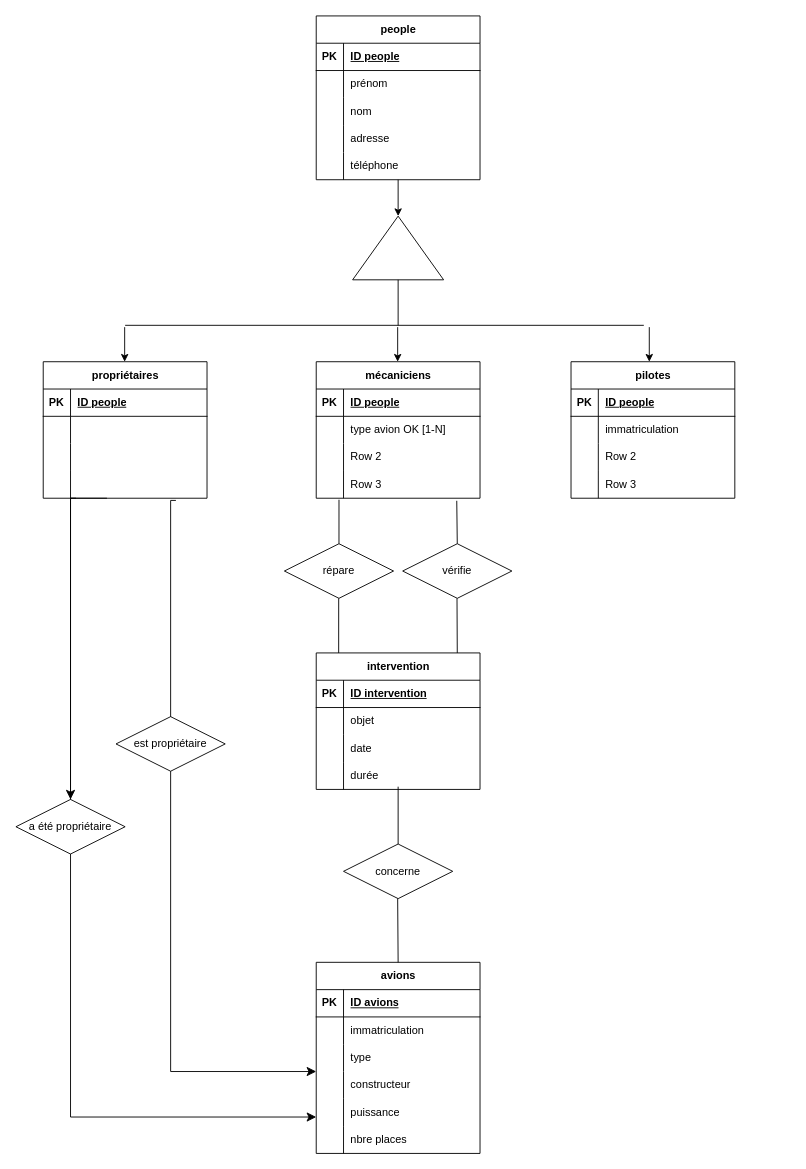
Above: Diagramme EA - aéroport.drawio in xxcb4000/diagrammesEA (draw.io), before the change. Source tidied: cells renumbered, new cells numbered last; positions are measured from the earlier drawing's top-left corner, leaving out a move shared by most shapes. Both pictures are drawn from the tidied source at 91%, with x=0, y=0 at pixel (15, 15).
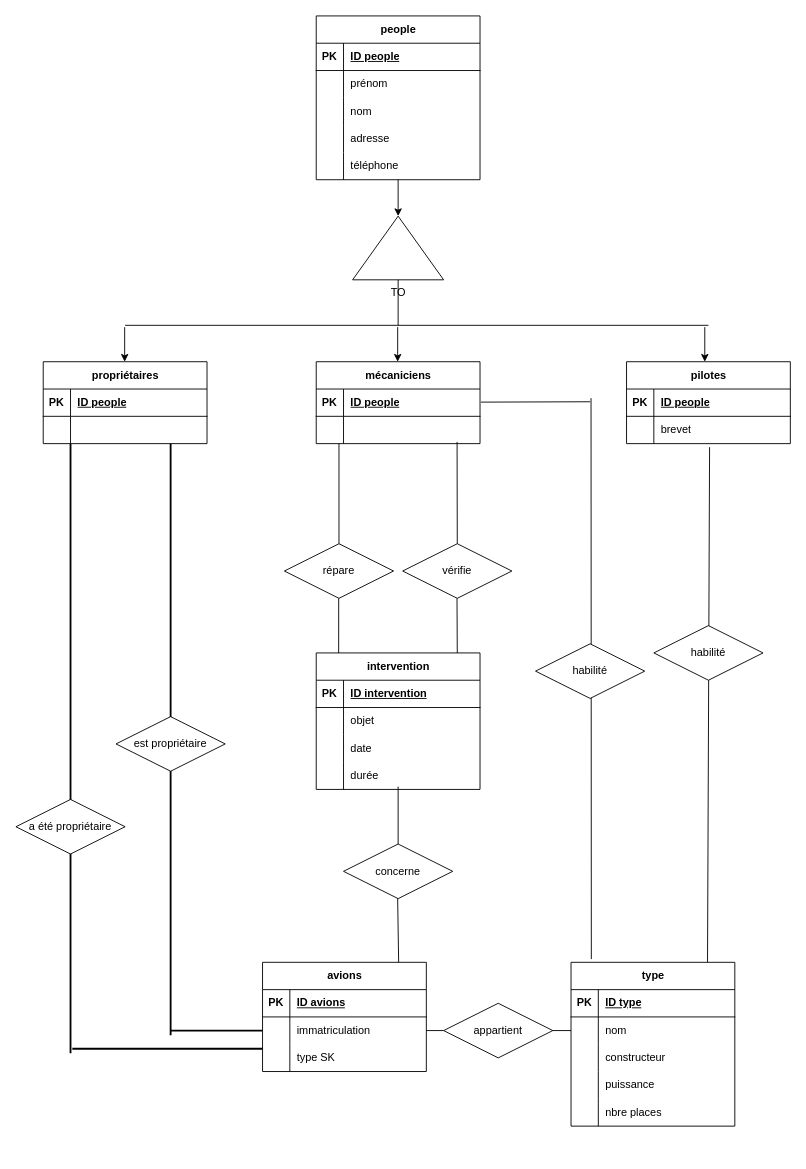
The same page after the edit.

Commit message:
Mettre à jour Diagramme EA - aéroport.drawio

The change refers to these unchanged cells:
```xml
<mxCell id="19" style="shape=tableRow;horizontal=0;startSize=0;swimlaneHead=0;swimlaneBody=0;fillColor=none;points=[[0,0.5],[1,0.5]];portConstraint=eastwest;top=0;left=0;right=0;bottom=0;" parent="15" vertex="1">
  <mxGeometry y="60" width="180" height="30" as="geometry" />
</mxCell>
<mxCell id="22" style="shape=tableRow;horizontal=0;startSize=0;swimlaneHead=0;swimlaneBody=0;fillColor=none;top=0;left=0;right=0;bottom=0;" parent="15" vertex="1">
  <mxGeometry y="90" width="180" height="30" as="geometry" />
</mxCell>
<mxCell id="51" style="shape=tableRow;horizontal=0;startSize=0;swimlaneHead=0;swimlaneBody=0;fillColor=none;points=[[0,0.5],[1,0.5]];portConstraint=eastwest;top=0;left=0;right=0;bottom=0;" parent="47" vertex="1">
  <mxGeometry y="60" width="180" height="30" as="geometry" />
</mxCell>
<mxCell id="64" style="shape=tableRow;horizontal=0;startSize=0;swimlaneHead=0;swimlaneBody=0;fillColor=none;points=[[0,0.5],[1,0.5]];portConstraint=eastwest;top=0;left=0;right=0;bottom=0;" parent="60" vertex="1">
  <mxGeometry y="60" width="180" height="30" as="geometry" />
</mxCell>
<mxCell id="98" value="répare" style="shape=rhombus;perimeter=rhombusPerimeter;whiteSpace=wrap;html=1;align=center;" parent="1" vertex="1">
  <mxGeometry x="295" y="580" width="120" height="60" as="geometry" />
</mxCell>
<mxCell id="99" value="vérifie" style="shape=rhombus;perimeter=rhombusPerimeter;whiteSpace=wrap;html=1;align=center;" parent="1" vertex="1">
  <mxGeometry x="425" y="580" width="120" height="60" as="geometry" />
</mxCell>
```

The edit, as a diff of the source:
```diff
@@
     <mxCell id="15" value="avions" style="shape=table;startSize=30;childLayout=tableLayout;rowLines=0;fontStyle=1;align=center;html=1;" parent="1" vertex="1">
-      <mxGeometry x="330" y="1040" width="180" height="210" as="geometry" />
+      <mxGeometry x="271" y="1040" width="180" height="120" as="geometry" />
     </mxCell>
@@
-    <mxCell id="24" value="type" style="shape=partialRectangle;fillColor=none;top=0;left=0;bottom=0;right=0;align=left;spacingLeft=6;overflow=hidden;whiteSpace=wrap;html=1;" parent="22" vertex="1">
+    <mxCell id="24" value="type SK" style="shape=partialRectangle;fillColor=none;top=0;left=0;bottom=0;right=0;align=left;spacingLeft=6;overflow=hidden;whiteSpace=wrap;html=1;" parent="22" vertex="1">
       <mxGeometry x="30" width="150" height="30" as="geometry" />
     </mxCell>
-    <mxCell id="25" style="shape=tableRow;horizontal=0;startSize=0;swimlaneHead=0;swimlaneBody=0;fillColor=none;top=0;left=0;right=0;bottom=0;" parent="15" vertex="1">
-      <mxGeometry y="120" width="180" height="30" as="geometry" />
-    </mxCell>
-    <mxCell id="26" style="shape=partialRectangle;fillColor=none;top=0;left=0;bottom=0;right=0;overflow=hidden;whiteSpace=wrap;html=1;" parent="25" vertex="1">
-      <mxGeometry width="30" height="30" as="geometry" />
-    </mxCell>
-    <mxCell id="27" value="constructeur" style="shape=partialRectangle;fillColor=none;top=0;left=0;bottom=0;right=0;align=left;spacingLeft=6;overflow=hidden;whiteSpace=wrap;html=1;" parent="25" vertex="1">
-      <mxGeometry x="30" width="150" height="30" as="geometry" />
-    </mxCell>
-    <mxCell id="28" style="shape=tableRow;horizontal=0;startSize=0;swimlaneHead=0;swimlaneBody=0;fillColor=none;points=[[0,0.5],[1,0.5]];portConstraint=eastwest;top=0;left=0;right=0;bottom=0;" parent="15" vertex="1">
-      <mxGeometry y="150" width="180" height="30" as="geometry" />
-    </mxCell>
-    <mxCell id="29" style="shape=partialRectangle;fillColor=none;top=0;left=0;bottom=0;right=0;overflow=hidden;whiteSpace=wrap;html=1;" parent="28" vertex="1">
-      <mxGeometry width="30" height="30" as="geometry" />
-    </mxCell>
-    <mxCell id="30" value="puissance" style="shape=partialRectangle;fillColor=none;top=0;left=0;bottom=0;right=0;align=left;spacingLeft=6;overflow=hidden;whiteSpace=wrap;html=1;" parent="28" vertex="1">
-      <mxGeometry x="30" width="150" height="30" as="geometry" />
-    </mxCell>
-    <mxCell id="31" style="shape=tableRow;horizontal=0;startSize=0;swimlaneHead=0;swimlaneBody=0;fillColor=none;top=0;left=0;right=0;bottom=0;" parent="15" vertex="1">
-      <mxGeometry y="180" width="180" height="30" as="geometry" />
-    </mxCell>
-    <mxCell id="32" style="shape=partialRectangle;fillColor=none;top=0;left=0;bottom=0;right=0;overflow=hidden;whiteSpace=wrap;html=1;" parent="31" vertex="1">
-      <mxGeometry width="30" height="30" as="geometry" />
-    </mxCell>
-    <mxCell id="33" value="nbre places" style="shape=partialRectangle;fillColor=none;top=0;left=0;bottom=0;right=0;align=left;spacingLeft=6;overflow=hidden;whiteSpace=wrap;html=1;" parent="31" vertex="1">
-      <mxGeometry x="30" width="150" height="30" as="geometry" />
-    </mxCell>
     <mxCell id="34" value="propriétaires" style="shape=table;startSize=30;childLayout=tableLayout;rowLines=0;fontStyle=1;align=center;html=1;" parent="1" vertex="1">
-      <mxGeometry x="30" y="380" width="180" height="150" as="geometry" />
+      <mxGeometry x="30" y="380" width="180" height="90" as="geometry" />
     </mxCell>
@@
-    <mxCell id="41" style="shape=tableRow;horizontal=0;startSize=0;swimlaneHead=0;swimlaneBody=0;fillColor=none;top=0;left=0;right=0;bottom=0;" parent="34" vertex="1">
-      <mxGeometry y="90" width="180" height="30" as="geometry" />
-    </mxCell>
-    <mxCell id="42" style="shape=partialRectangle;fillColor=none;top=0;left=0;bottom=0;right=0;overflow=hidden;whiteSpace=wrap;html=1;" parent="41" vertex="1">
-      <mxGeometry width="30" height="30" as="geometry" />
-    </mxCell>
-    <mxCell id="43" style="shape=partialRectangle;fillColor=none;top=0;left=0;bottom=0;right=0;align=left;spacingLeft=6;overflow=hidden;whiteSpace=wrap;html=1;" parent="41" vertex="1">
-      <mxGeometry x="30" width="150" height="30" as="geometry" />
-    </mxCell>
-    <mxCell id="44" style="shape=tableRow;horizontal=0;startSize=0;swimlaneHead=0;swimlaneBody=0;fillColor=none;points=[[0,0.5],[1,0.5]];portConstraint=eastwest;top=0;left=0;right=0;bottom=0;" parent="34" vertex="1">
-      <mxGeometry y="120" width="180" height="30" as="geometry" />
-    </mxCell>
-    <mxCell id="45" style="shape=partialRectangle;fillColor=none;top=0;left=0;bottom=0;right=0;overflow=hidden;whiteSpace=wrap;html=1;" parent="44" vertex="1">
-      <mxGeometry width="30" height="30" as="geometry" />
-    </mxCell>
-    <mxCell id="46" style="shape=partialRectangle;fillColor=none;top=0;left=0;bottom=0;right=0;align=left;spacingLeft=6;overflow=hidden;whiteSpace=wrap;html=1;" parent="44" vertex="1">
-      <mxGeometry x="30" width="150" height="30" as="geometry" />
-    </mxCell>
     <mxCell id="47" value="mécaniciens" style="shape=table;startSize=30;childLayout=tableLayout;rowLines=0;fontStyle=1;align=center;html=1;" parent="1" vertex="1">
-      <mxGeometry x="330" y="380" width="180" height="150" as="geometry" />
+      <mxGeometry x="330" y="380" width="180" height="90" as="geometry" />
     </mxCell>
@@
-    <mxCell id="53" value="type avion OK [1-N]" style="shape=partialRectangle;fillColor=none;top=0;left=0;bottom=0;right=0;align=left;spacingLeft=6;overflow=hidden;whiteSpace=wrap;html=1;" parent="51" vertex="1">
+    <mxCell id="53" style="shape=partialRectangle;fillColor=none;top=0;left=0;bottom=0;right=0;align=left;spacingLeft=6;overflow=hidden;whiteSpace=wrap;html=1;" parent="51" vertex="1">
       <mxGeometry x="30" width="150" height="30" as="geometry" />
     </mxCell>
-    <mxCell id="54" style="shape=tableRow;horizontal=0;startSize=0;swimlaneHead=0;swimlaneBody=0;fillColor=none;top=0;left=0;right=0;bottom=0;" parent="47" vertex="1">
-      <mxGeometry y="90" width="180" height="30" as="geometry" />
-    </mxCell>
-    <mxCell id="55" style="shape=partialRectangle;fillColor=none;top=0;left=0;bottom=0;right=0;overflow=hidden;whiteSpace=wrap;html=1;" parent="54" vertex="1">
-      <mxGeometry width="30" height="30" as="geometry" />
-    </mxCell>
-    <mxCell id="56" value="Row 2" style="shape=partialRectangle;fillColor=none;top=0;left=0;bottom=0;right=0;align=left;spacingLeft=6;overflow=hidden;whiteSpace=wrap;html=1;" parent="54" vertex="1">
-      <mxGeometry x="30" width="150" height="30" as="geometry" />
-    </mxCell>
-    <mxCell id="57" style="shape=tableRow;horizontal=0;startSize=0;swimlaneHead=0;swimlaneBody=0;fillColor=none;points=[[0,0.5],[1,0.5]];portConstraint=eastwest;top=0;left=0;right=0;bottom=0;" parent="47" vertex="1">
-      <mxGeometry y="120" width="180" height="30" as="geometry" />
-    </mxCell>
-    <mxCell id="58" style="shape=partialRectangle;fillColor=none;top=0;left=0;bottom=0;right=0;overflow=hidden;whiteSpace=wrap;html=1;" parent="57" vertex="1">
-      <mxGeometry width="30" height="30" as="geometry" />
-    </mxCell>
-    <mxCell id="59" value="Row 3" style="shape=partialRectangle;fillColor=none;top=0;left=0;bottom=0;right=0;align=left;spacingLeft=6;overflow=hidden;whiteSpace=wrap;html=1;" parent="57" vertex="1">
-      <mxGeometry x="30" width="150" height="30" as="geometry" />
-    </mxCell>
     <mxCell id="60" value="pilotes" style="shape=table;startSize=30;childLayout=tableLayout;rowLines=0;fontStyle=1;align=center;html=1;" parent="1" vertex="1">
-      <mxGeometry x="610" y="380" width="180" height="150" as="geometry" />
+      <mxGeometry x="671" y="380" width="180" height="90" as="geometry" />
     </mxCell>
@@
-    <mxCell id="66" value="immatriculation" style="shape=partialRectangle;fillColor=none;top=0;left=0;bottom=0;right=0;align=left;spacingLeft=6;overflow=hidden;whiteSpace=wrap;html=1;" parent="64" vertex="1">
+    <mxCell id="66" value="brevet" style="shape=partialRectangle;fillColor=none;top=0;left=0;bottom=0;right=0;align=left;spacingLeft=6;overflow=hidden;whiteSpace=wrap;html=1;" parent="64" vertex="1">
       <mxGeometry x="30" width="150" height="30" as="geometry" />
     </mxCell>
-    <mxCell id="67" style="shape=tableRow;horizontal=0;startSize=0;swimlaneHead=0;swimlaneBody=0;fillColor=none;top=0;left=0;right=0;bottom=0;" parent="60" vertex="1">
-      <mxGeometry y="90" width="180" height="30" as="geometry" />
-    </mxCell>
-    <mxCell id="68" style="shape=partialRectangle;fillColor=none;top=0;left=0;bottom=0;right=0;overflow=hidden;whiteSpace=wrap;html=1;" parent="67" vertex="1">
-      <mxGeometry width="30" height="30" as="geometry" />
-    </mxCell>
-    <mxCell id="69" value="Row 2" style="shape=partialRectangle;fillColor=none;top=0;left=0;bottom=0;right=0;align=left;spacingLeft=6;overflow=hidden;whiteSpace=wrap;html=1;" parent="67" vertex="1">
-      <mxGeometry x="30" width="150" height="30" as="geometry" />
-    </mxCell>
-    <mxCell id="70" style="shape=tableRow;horizontal=0;startSize=0;swimlaneHead=0;swimlaneBody=0;fillColor=none;top=0;left=0;right=0;bottom=0;" parent="60" vertex="1">
-      <mxGeometry y="120" width="180" height="30" as="geometry" />
-    </mxCell>
-    <mxCell id="71" style="shape=partialRectangle;fillColor=none;top=0;left=0;bottom=0;right=0;overflow=hidden;whiteSpace=wrap;html=1;" parent="70" vertex="1">
-      <mxGeometry width="30" height="30" as="geometry" />
-    </mxCell>
-    <mxCell id="72" value="Row 3" style="shape=partialRectangle;fillColor=none;top=0;left=0;bottom=0;right=0;align=left;spacingLeft=6;overflow=hidden;whiteSpace=wrap;html=1;" parent="70" vertex="1">
-      <mxGeometry x="30" width="150" height="30" as="geometry" />
-    </mxCell>
@@
-    <mxCell id="89" style="verticalLabelPosition=bottom;verticalAlign=top;html=1;shape=mxgraph.basic.acute_triangle;dx=0.5;" parent="1" vertex="1">
+    <mxCell id="89" value="TO" style="verticalLabelPosition=bottom;verticalAlign=top;html=1;shape=mxgraph.basic.acute_triangle;dx=0.5;" parent="1" vertex="1">
       <mxGeometry x="370" y="220" width="100" height="70" as="geometry" />
     </mxCell>
@@
     <mxCell id="93" style="endArrow=classic;html=1;rounded=0;entryX=0;entryY=0;entryDx=50;entryDy=0;entryPerimeter=0;exitX=0.5;exitY=1.067;exitDx=0;exitDy=0;exitPerimeter=0;" parent="1" edge="1">
       <mxGeometry relative="1" as="geometry">
-        <mxPoint x="696" y="342" as="sourcePoint" />
-        <mxPoint x="696" y="380" as="targetPoint" />
+        <mxPoint x="757" y="342" as="sourcePoint" />
+        <mxPoint x="757" y="380" as="targetPoint" />
       </mxGeometry>
     </mxCell>
     <mxCell id="94" style="endArrow=none;html=1;rounded=0;" parent="1" edge="1">
       <mxGeometry relative="1" as="geometry">
         <mxPoint x="120" y="340" as="sourcePoint" />
-        <mxPoint x="690" y="340" as="targetPoint" />
+        <mxPoint x="761" y="340" as="targetPoint" />
       </mxGeometry>
     </mxCell>
@@
-    <mxCell id="96" style="edgeStyle=segmentEdgeStyle;endArrow=classic;html=1;curved=0;rounded=0;endSize=8;startSize=8;exitX=0.81;exitY=1.081;exitDx=0;exitDy=0;exitPerimeter=0;" parent="1" edge="1" source="44">
-      <mxGeometry relative="1" as="geometry">
-        <mxPoint x="330" y="1160" as="targetPoint" />
-        <Array as="points">
-          <mxPoint x="170" y="532" />
-          <mxPoint x="170" y="1160" />
-        </Array>
-      </mxGeometry>
-    </mxCell>
-    <mxCell id="97" style="edgeStyle=segmentEdgeStyle;endArrow=classic;html=1;curved=0;rounded=0;endSize=8;startSize=8;" parent="1" edge="1" target="28">
-      <mxGeometry relative="1" as="geometry">
-        <mxPoint x="100" y="530" as="sourcePoint" />
-        <Array as="points">
-          <mxPoint x="60" y="530" />
-          <mxPoint x="60" y="1210" />
-        </Array>
-      </mxGeometry>
-    </mxCell>
@@
-    <mxCell id="100" style="endArrow=none;html=1;rounded=0;entryX=0.5;entryY=0;entryDx=0;entryDy=0;exitX=0.139;exitY=1.055;exitDx=0;exitDy=0;exitPerimeter=0;" parent="1" edge="1" source="57" target="98">
-      <mxGeometry relative="1" as="geometry" />
+    <mxCell id="100" style="endArrow=none;html=1;rounded=0;entryX=0.5;entryY=0;entryDx=0;entryDy=0;" parent="1" edge="1" target="98">
+      <mxGeometry relative="1" as="geometry">
+        <mxPoint x="355" y="470" as="sourcePoint" />
+      </mxGeometry>
     </mxCell>
-    <mxCell id="101" style="endArrow=none;html=1;rounded=0;entryX=0.5;entryY=0;entryDx=0;entryDy=0;exitX=0.858;exitY=1.094;exitDx=0;exitDy=0;exitPerimeter=0;" parent="1" edge="1" source="57" target="99">
+    <mxCell id="101" style="endArrow=none;html=1;rounded=0;entryX=0.5;entryY=0;entryDx=0;entryDy=0;exitX=0.86;exitY=0.937;exitDx=0;exitDy=0;exitPerimeter=0;" parent="1" edge="1" source="51" target="99">
       <mxGeometry relative="1" as="geometry" />
     </mxCell>
@@
-    <mxCell id="106" style="endArrow=none;html=1;rounded=0;entryX=0.5;entryY=0;entryDx=0;entryDy=0;exitX=0.5;exitY=0.9;exitDx=0;exitDy=0;exitPerimeter=0;" parent="1" edge="1" target="15">
+    <mxCell id="106" style="endArrow=none;html=1;rounded=0;exitX=0.5;exitY=0.9;exitDx=0;exitDy=0;exitPerimeter=0;entryX=0.831;entryY=-0.001;entryDx=0;entryDy=0;entryPerimeter=0;" parent="1" edge="1" target="15">
       <mxGeometry relative="1" as="geometry">
         <mxPoint x="419.5" y="970" as="sourcePoint" />
       </mxGeometry>
     </mxCell>
+    <mxCell id="110" style="line;strokeWidth=2;direction=south;html=1;" parent="1" vertex="1">
+      <mxGeometry x="55" y="470" width="10" height="670" as="geometry" />
+    </mxCell>
+    <mxCell id="111" style="line;strokeWidth=2;direction=south;html=1;" parent="1" vertex="1">
+      <mxGeometry x="165" y="470" width="10" height="650" as="geometry" />
+    </mxCell>
+    <mxCell id="112" style="line;strokeWidth=2;html=1;" parent="1" vertex="1">
+      <mxGeometry x="62" y="1130" width="209" height="10" as="geometry" />
+    </mxCell>
+    <mxCell id="113" style="line;strokeWidth=2;html=1;" parent="1" vertex="1">
+      <mxGeometry x="170" y="1110" width="101" height="10" as="geometry" />
+    </mxCell>
+    <mxCell id="109" value="a été propriétaire" style="shape=rhombus;perimeter=rhombusPerimeter;whiteSpace=wrap;html=1;align=center;" parent="1" vertex="1">
+      <mxGeometry y="861" width="120" height="60" as="geometry" />
+    </mxCell>
@@
-    <mxCell id="108" style="edgeStyle=segmentEdgeStyle;endArrow=classic;html=1;curved=0;rounded=0;endSize=8;startSize=8;exitX=0.81;exitY=1.081;exitDx=0;exitDy=0;exitPerimeter=0;" parent="1" edge="1" target="109">
-      <mxGeometry relative="1" as="geometry">
-        <mxPoint x="66" y="530" as="sourcePoint" />
-      </mxGeometry>
-    </mxCell>
-    <mxCell id="109" value="a été propriétaire" style="shape=rhombus;perimeter=rhombusPerimeter;whiteSpace=wrap;html=1;align=center;" parent="1" vertex="1">
-      <mxGeometry y="861" width="120" height="60" as="geometry" />
-    </mxCell>
+    <mxCell id="114" style="endArrow=none;html=1;rounded=0;exitX=0.507;exitY=1.129;exitDx=0;exitDy=0;exitPerimeter=0;" parent="1" edge="1" source="64">
+      <mxGeometry relative="1" as="geometry">
+        <mxPoint x="760" y="1040" as="targetPoint" />
+      </mxGeometry>
+    </mxCell>
+    <mxCell id="115" value="habilité" style="shape=rhombus;perimeter=rhombusPerimeter;whiteSpace=wrap;html=1;align=center;" parent="1" vertex="1">
+      <mxGeometry x="701" y="670" width="120" height="60" as="geometry" />
+    </mxCell>
+    <mxCell id="116" value="type" style="shape=table;startSize=30;childLayout=tableLayout;rowLines=0;fontStyle=1;align=center;html=1;" parent="1" vertex="1">
+      <mxGeometry x="610" y="1040" width="180" height="180" as="geometry" />
+    </mxCell>
+    <mxCell id="117" style="shape=tableRow;horizontal=0;startSize=0;swimlaneHead=0;swimlaneBody=0;fillColor=none;top=0;left=0;right=0;bottom=1;" parent="116" vertex="1">
+      <mxGeometry y="30" width="180" height="30" as="geometry" />
+    </mxCell>
+    <mxCell id="118" value="PK" style="shape=partialRectangle;fillColor=none;top=0;left=0;bottom=0;right=0;fontStyle=1;overflow=hidden;whiteSpace=wrap;html=1;" parent="117" vertex="1">
+      <mxGeometry width="30" height="30" as="geometry" />
+    </mxCell>
+    <mxCell id="119" value="ID type" style="shape=partialRectangle;fillColor=none;top=0;left=0;bottom=0;right=0;align=left;spacingLeft=6;fontStyle=5;overflow=hidden;whiteSpace=wrap;html=1;" parent="117" vertex="1">
+      <mxGeometry x="30" width="150" height="30" as="geometry" />
+    </mxCell>
+    <mxCell id="120" style="shape=tableRow;horizontal=0;startSize=0;swimlaneHead=0;swimlaneBody=0;fillColor=none;points=[[0,0.5],[1,0.5]];portConstraint=eastwest;top=0;left=0;right=0;bottom=0;" parent="116" vertex="1">
+      <mxGeometry y="60" width="180" height="30" as="geometry" />
+    </mxCell>
+    <mxCell id="121" style="shape=partialRectangle;fillColor=none;top=0;left=0;bottom=0;right=0;overflow=hidden;whiteSpace=wrap;html=1;" parent="120" vertex="1">
+      <mxGeometry width="30" height="30" as="geometry" />
+    </mxCell>
+    <mxCell id="122" value="nom" style="shape=partialRectangle;fillColor=none;top=0;left=0;bottom=0;right=0;align=left;spacingLeft=6;overflow=hidden;whiteSpace=wrap;html=1;" parent="120" vertex="1">
+      <mxGeometry x="30" width="150" height="30" as="geometry" />
+    </mxCell>
+    <mxCell id="123" style="shape=tableRow;horizontal=0;startSize=0;swimlaneHead=0;swimlaneBody=0;fillColor=none;top=0;left=0;right=0;bottom=0;" parent="116" vertex="1">
+      <mxGeometry y="90" width="180" height="30" as="geometry" />
+    </mxCell>
+    <mxCell id="124" style="shape=partialRectangle;fillColor=none;top=0;left=0;bottom=0;right=0;overflow=hidden;whiteSpace=wrap;html=1;" parent="123" vertex="1">
+      <mxGeometry width="30" height="30" as="geometry" />
+    </mxCell>
+    <mxCell id="27" value="constructeur" style="shape=partialRectangle;fillColor=none;top=0;left=0;bottom=0;right=0;align=left;spacingLeft=6;overflow=hidden;whiteSpace=wrap;html=1;" parent="123" vertex="1">
+      <mxGeometry x="30" width="150" height="30" as="geometry" />
+    </mxCell>
+    <mxCell id="125" style="shape=tableRow;horizontal=0;startSize=0;swimlaneHead=0;swimlaneBody=0;fillColor=none;top=0;left=0;right=0;bottom=0;" parent="116" vertex="1">
+      <mxGeometry y="120" width="180" height="30" as="geometry" />
+    </mxCell>
+    <mxCell id="126" style="shape=partialRectangle;fillColor=none;top=0;left=0;bottom=0;right=0;overflow=hidden;whiteSpace=wrap;html=1;" parent="125" vertex="1">
+      <mxGeometry width="30" height="30" as="geometry" />
+    </mxCell>
+    <mxCell id="30" value="puissance" style="shape=partialRectangle;fillColor=none;top=0;left=0;bottom=0;right=0;align=left;spacingLeft=6;overflow=hidden;whiteSpace=wrap;html=1;" parent="125" vertex="1">
+      <mxGeometry x="30" width="150" height="30" as="geometry" />
+    </mxCell>
+    <mxCell id="28" style="shape=tableRow;horizontal=0;startSize=0;swimlaneHead=0;swimlaneBody=0;fillColor=none;points=[[0,0.5],[1,0.5]];portConstraint=eastwest;top=0;left=0;right=0;bottom=0;" parent="116" vertex="1">
+      <mxGeometry y="150" width="180" height="30" as="geometry" />
+    </mxCell>
+    <mxCell id="127" style="shape=partialRectangle;fillColor=none;top=0;left=0;bottom=0;right=0;overflow=hidden;whiteSpace=wrap;html=1;" parent="28" vertex="1">
+      <mxGeometry width="30" height="30" as="geometry" />
+    </mxCell>
+    <mxCell id="33" value="nbre places" style="shape=partialRectangle;fillColor=none;top=0;left=0;bottom=0;right=0;align=left;spacingLeft=6;overflow=hidden;whiteSpace=wrap;html=1;" parent="28" vertex="1">
+      <mxGeometry x="30" width="150" height="30" as="geometry" />
+    </mxCell>
+    <mxCell id="128" style="endArrow=none;html=1;rounded=0;exitX=1;exitY=0.5;exitDx=0;exitDy=0;entryX=0;entryY=0.5;entryDx=0;entryDy=0;" parent="1" edge="1" source="130" target="120">
+      <mxGeometry relative="1" as="geometry" />
+    </mxCell>
+    <mxCell id="129" style="endArrow=none;html=1;rounded=0;exitX=1;exitY=0.5;exitDx=0;exitDy=0;entryX=0;entryY=0.5;entryDx=0;entryDy=0;" parent="1" edge="1" source="19" target="130">
+      <mxGeometry relative="1" as="geometry" />
+    </mxCell>
+    <mxCell id="130" value="appartient" style="shape=rhombus;perimeter=rhombusPerimeter;whiteSpace=wrap;html=1;align=center;" parent="1" vertex="1">
+      <mxGeometry x="470" y="1085" width="120" height="60" as="geometry" />
+    </mxCell>
+    <mxCell id="131" style="endArrow=none;html=1;rounded=0;entryX=0.124;entryY=-0.02;entryDx=0;entryDy=0;entryPerimeter=0;" parent="1" edge="1" target="116">
+      <mxGeometry relative="1" as="geometry">
+        <mxPoint x="632" y="420" as="sourcePoint" />
+      </mxGeometry>
+    </mxCell>
+    <mxCell id="132" style="endArrow=none;html=1;rounded=0;" parent="1" edge="1">
+      <mxGeometry relative="1" as="geometry">
+        <mxPoint x="511" y="424.4" as="sourcePoint" />
+        <mxPoint x="631" y="424" as="targetPoint" />
+      </mxGeometry>
+    </mxCell>
+    <mxCell id="133" value="habilité" style="shape=rhombus;perimeter=rhombusPerimeter;whiteSpace=wrap;html=1;align=center;" parent="1" vertex="1">
+      <mxGeometry x="571" y="690" width="120" height="60" as="geometry" />
+    </mxCell>
```
